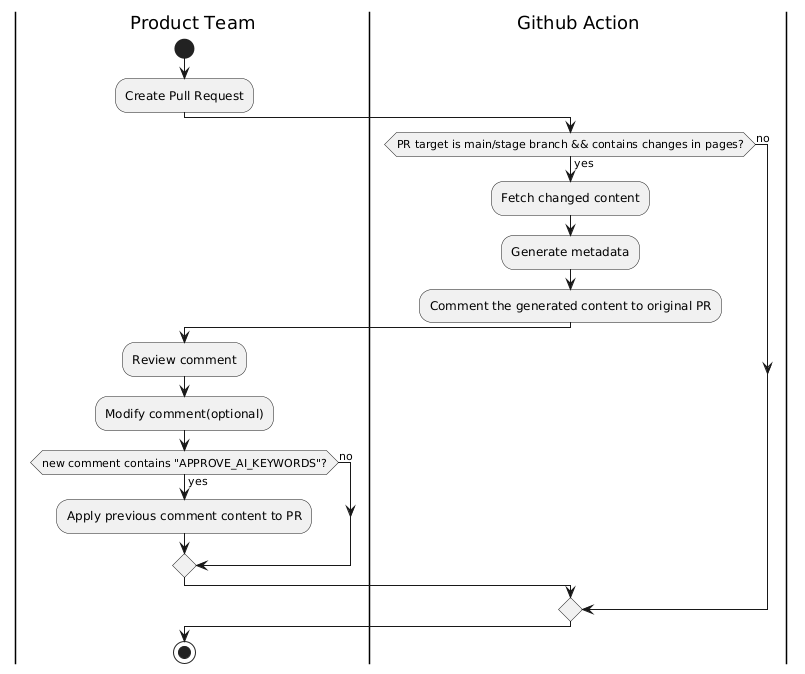
This is src/ai-poc/images/pr-suggestion-demo.png from AdobeDocs/adp-devsite-github-actions-test, a PlantUML export, as it was before one commit. Its source is kept beside it as src/ai-poc/pr-suggestion-demo.puml. Source of this version:
```plantuml
@startuml
|Product Team|
start
:Create Pull Request;
|Github Action|
if (PR target is main/stage branch && contains changes in pages?) then (yes)
  :Fetch changed content;
  :Generate metadata;
  :Comment the generated content to original PR;
  |Product Team|
  :Review comment;
  :Modify comment(optional);
  if (new comment contains "APPROVE_AI_KEYWORDS"?) then (yes)
    :Apply previous comment content to PR;
  else (no)
  endif
else (no)
endif
stop
@enduml
```
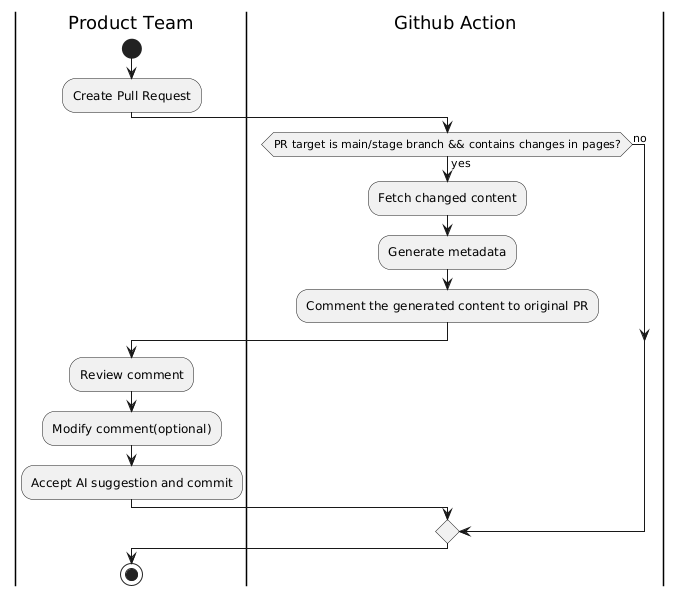
After the change.

What changed in the source:
```diff
@@ -7,13 +7,10 @@
   :Fetch changed content;
   :Generate metadata;
   :Comment the generated content to original PR;
-  |Product Team|
+|Product Team|
   :Review comment;
   :Modify comment(optional);
-  if (new comment contains "APPROVE_AI_KEYWORDS"?) then (yes)
-    :Apply previous comment content to PR;
-  else (no)
-  endif
+  :Accept AI suggestion and commit;
 else (no)
 endif
 stop
```
